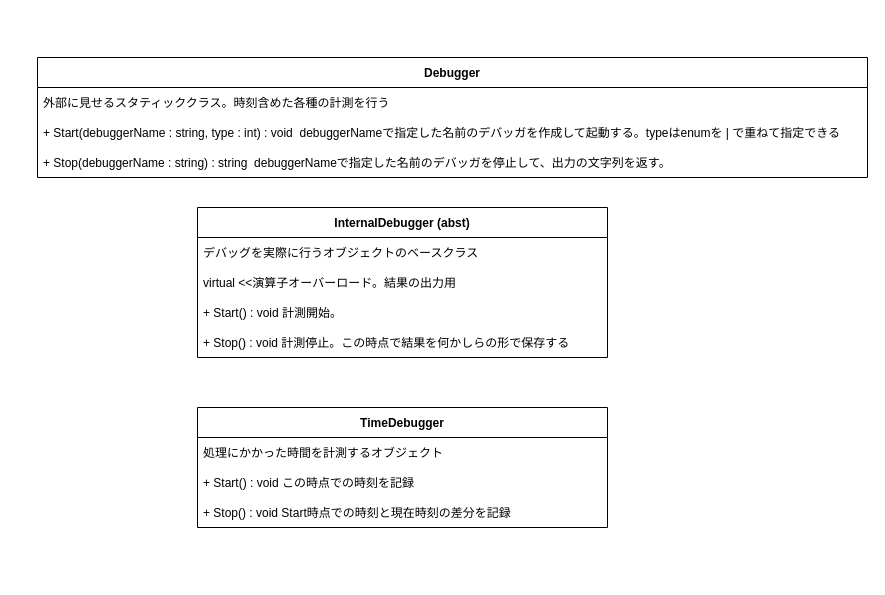
Before: design/DebugTool_ClassDiagram.drawio in Dumble009/DebugTool, a draw.io diagram. Source tidied: cells renumbered, new cells numbered last; positions are measured from the earlier drawing's top-left corner, leaving out a move shared by most shapes. Both pictures are drawn from the tidied source at 100%, with x=0, y=0 at pixel (37, 57).
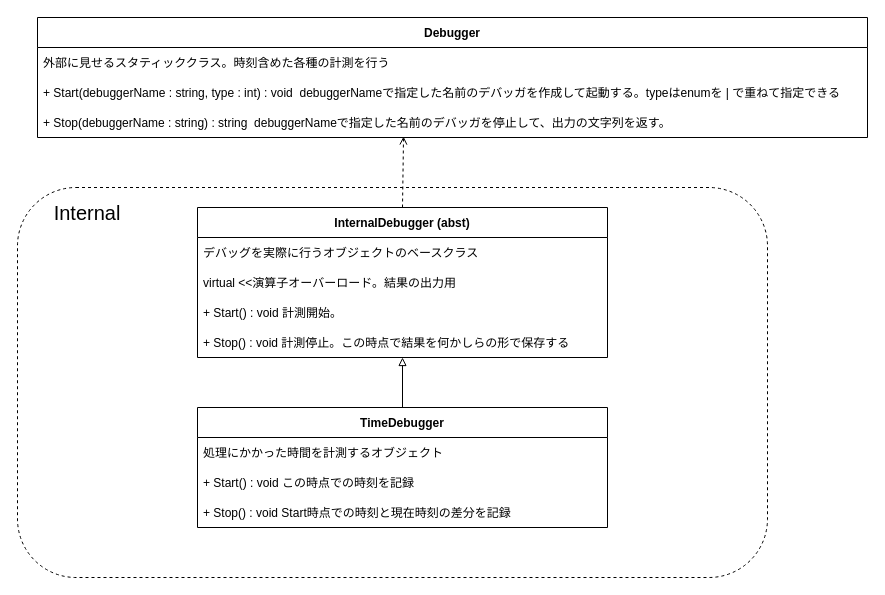
Above is the later version.

What changed in the source:
```diff
@@
 <mxGraphModel>
   <root>
     <mxCell id="0" />
     <mxCell id="1" parent="0" />
+    <mxCell id="15" style="rounded=1;whiteSpace=wrap;html=1;fillColor=none;dashed=1;" parent="1" vertex="1">
+      <mxGeometry x="-20" y="130" width="750" height="390" as="geometry" />
+    </mxCell>
     <mxCell id="2" value="Debugger" style="swimlane;fontStyle=1;horizontal=1;startSize=30;" parent="1" vertex="1">
-      <mxGeometry width="830" height="120" as="geometry" />
+      <mxGeometry y="-40" width="830" height="120" as="geometry" />
     </mxCell>
     <mxCell id="3" value="外部に見せるスタティッククラス。時刻含めた各種の計測を行う" style="text;strokeColor=none;fillColor=none;align=left;verticalAlign=middle;spacingLeft=4;spacingRight=4;overflow=hidden;" parent="2" vertex="1">
       <mxGeometry y="30" width="830" height="30" as="geometry" />
     </mxCell>
     <mxCell id="4" value="+ Start(debuggerName : string, type : int) : void  debuggerNameで指定した名前のデバッガを作成して起動する。typeはenumを | で重ねて指定できる" style="text;strokeColor=none;fillColor=none;align=left;verticalAlign=middle;spacingLeft=4;spacingRight=4;overflow=hidden;" parent="2" vertex="1">
       <mxGeometry y="60" width="830" height="30" as="geometry" />
     </mxCell>
     <mxCell id="5" value="+ Stop(debuggerName : string) : string  debuggerNameで指定した名前のデバッガを停止して、出力の文字列を返す。" style="text;strokeColor=none;fillColor=none;align=left;verticalAlign=middle;spacingLeft=4;spacingRight=4;overflow=hidden;points=[[0,0.5],[1,0.5]];portConstraint=eastwest;" parent="2" vertex="1">
       <mxGeometry y="90" width="830" height="30" as="geometry" />
     </mxCell>
     <mxCell id="6" value="InternalDebugger (abst)" style="swimlane;fontStyle=1;horizontal=1;startSize=30;" parent="1" vertex="1">
       <mxGeometry x="160" y="150" width="410" height="150" as="geometry" />
     </mxCell>
     <mxCell id="7" value="デバッグを実際に行うオブジェクトのベースクラス" style="text;strokeColor=none;fillColor=none;align=left;verticalAlign=middle;spacingLeft=4;spacingRight=4;overflow=hidden;" parent="6" vertex="1">
       <mxGeometry y="30" width="410" height="30" as="geometry" />
     </mxCell>
     <mxCell id="8" value="virtual &lt;&lt;演算子オーバーロード。結果の出力用" style="text;strokeColor=none;fillColor=none;align=left;verticalAlign=middle;spacingLeft=4;spacingRight=4;overflow=hidden;" parent="6" vertex="1">
       <mxGeometry y="60" width="410" height="30" as="geometry" />
     </mxCell>
     <mxCell id="9" value="+ Start() : void 計測開始。" style="text;strokeColor=none;fillColor=none;align=left;verticalAlign=middle;spacingLeft=4;spacingRight=4;overflow=hidden;" parent="6" vertex="1">
       <mxGeometry y="90" width="410" height="30" as="geometry" />
     </mxCell>
     <mxCell id="10" value="+ Stop() : void 計測停止。この時点で結果を何かしらの形で保存する    " style="text;strokeColor=none;fillColor=none;align=left;verticalAlign=middle;spacingLeft=4;spacingRight=4;overflow=hidden;points=[[0,0.5],[1,0.5]];portConstraint=eastwest;" parent="6" vertex="1">
       <mxGeometry y="120" width="410" height="30" as="geometry" />
     </mxCell>
     <mxCell id="11" value="TimeDebugger" style="swimlane;fontStyle=1;horizontal=1;startSize=30;" parent="1" vertex="1">
       <mxGeometry x="160" y="350" width="410" height="120" as="geometry" />
     </mxCell>
     <mxCell id="12" value="処理にかかった時間を計測するオブジェクト" style="text;strokeColor=none;fillColor=none;align=left;verticalAlign=middle;spacingLeft=4;spacingRight=4;overflow=hidden;" parent="11" vertex="1">
       <mxGeometry y="30" width="410" height="30" as="geometry" />
     </mxCell>
     <mxCell id="13" value="+ Start() : void この時点での時刻を記録 " style="text;strokeColor=none;fillColor=none;align=left;verticalAlign=middle;spacingLeft=4;spacingRight=4;overflow=hidden;" parent="11" vertex="1">
       <mxGeometry y="60" width="410" height="30" as="geometry" />
     </mxCell>
     <mxCell id="14" value="+ Stop() : void Start時点での時刻と現在時刻の差分を記録" style="text;strokeColor=none;fillColor=none;align=left;verticalAlign=middle;spacingLeft=4;spacingRight=4;overflow=hidden;" parent="11" vertex="1">
       <mxGeometry y="90" width="410" height="30" as="geometry" />
     </mxCell>
+    <mxCell id="16" value="&lt;font style=&quot;font-size: 20px;&quot;&gt;Internal&lt;/font&gt;" style="text;html=1;strokeColor=none;fillColor=none;align=center;verticalAlign=middle;whiteSpace=wrap;rounded=0;dashed=1;" parent="1" vertex="1">
+      <mxGeometry x="20" y="140" width="60" height="30" as="geometry" />
+    </mxCell>
+    <mxCell id="17" style="endArrow=open;html=1;rounded=0;fontSize=20;exitX=0.5;exitY=0;exitDx=0;exitDy=0;entryX=0.441;entryY=0.967;entryDx=0;entryDy=0;entryPerimeter=0;dashed=1;endFill=0;" parent="1" edge="1" source="6" target="5">
+      <mxGeometry relative="1" as="geometry" />
+    </mxCell>
+    <mxCell id="18" style="endArrow=block;html=1;rounded=0;fontSize=20;exitX=0.5;exitY=0;exitDx=0;exitDy=0;entryX=0.5;entryY=1;entryDx=0;entryDy=0;entryPerimeter=0;endFill=0;" parent="1" edge="1" source="11" target="10">
+      <mxGeometry relative="1" as="geometry" />
+    </mxCell>
   </root>
 </mxGraphModel>
```
